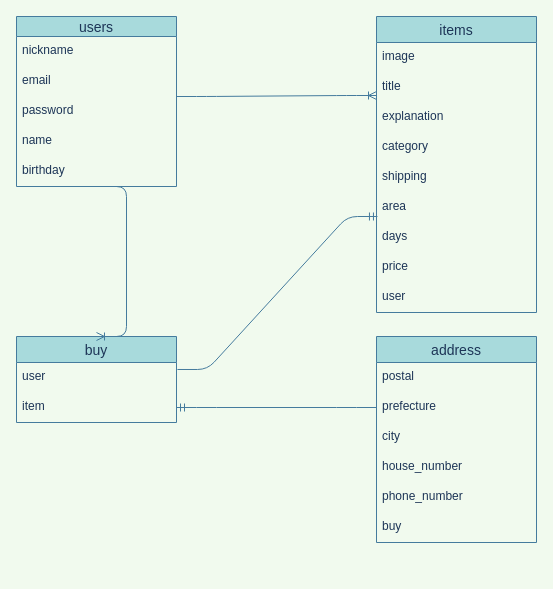
Before: furima.dio in ryo-asari/furima-32474, a draw.io diagram. Source tidied: cells renumbered, new cells numbered last; positions are measured from the earlier drawing's top-left corner, leaving out a move shared by most shapes. Both pictures are drawn from the tidied source at 100%, with x=0, y=0 at pixel (16, 16).
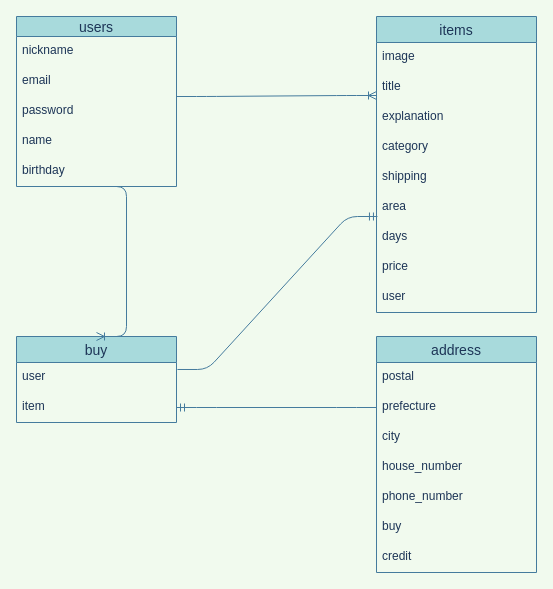
The same page after the edit.

Diff of the diagram source:
```diff
@@
     <mxCell id="21" value="address" style="swimlane;fontStyle=0;horizontal=1;startSize=26;align=center;fontSize=14;fillColor=#A8DADC;strokeColor=#457B9D;fontColor=#1D3557;" parent="1" vertex="1">
-      <mxGeometry x="360" y="320" width="160" height="206" as="geometry" />
+      <mxGeometry x="360" y="320" width="160" height="236" as="geometry" />
     </mxCell>
@@
+    <mxCell id="32" value="buy" style="text;strokeColor=none;fillColor=none;spacingLeft=4;spacingRight=4;overflow=hidden;fontSize=12;fontColor=#1D3557;" parent="21" vertex="1">
+      <mxGeometry y="176" width="160" height="30" as="geometry" />
+    </mxCell>
-    <mxCell id="27" value="buy" style="text;strokeColor=none;fillColor=none;spacingLeft=4;spacingRight=4;overflow=hidden;fontSize=12;fontColor=#1D3557;" parent="21" vertex="1">
-      <mxGeometry y="176" width="160" height="30" as="geometry" />
+    <mxCell id="27" value="credit" style="text;strokeColor=none;fillColor=none;spacingLeft=4;spacingRight=4;overflow=hidden;fontSize=12;fontColor=#1D3557;" parent="21" vertex="1">
+      <mxGeometry y="206" width="160" height="30" as="geometry" />
     </mxCell>
```
